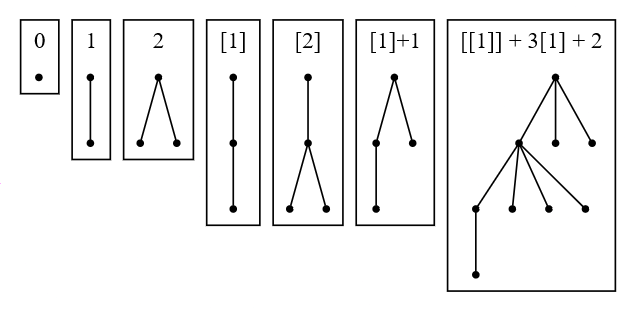
Earlier version of the Graphviz export img/sample_dendrons.png (cancrizans/dendritic-calculus). Its source is kept beside it as img/sample_dendrons.gv.
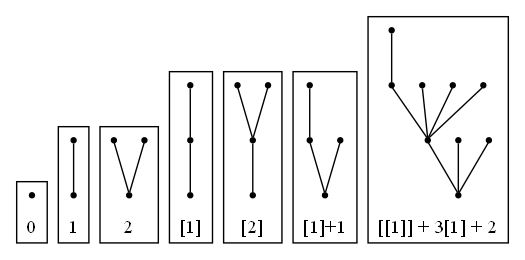
Above is the later version.

The edit, as a diff of the source:
```diff
@@ -1,7 +1,6 @@
-
 graph {
 
-    # To refactor nodes, place the cursor left to a node name
+    rankdir=BT;
     node[shape=point]
 
     subgraph cluster0{
```
